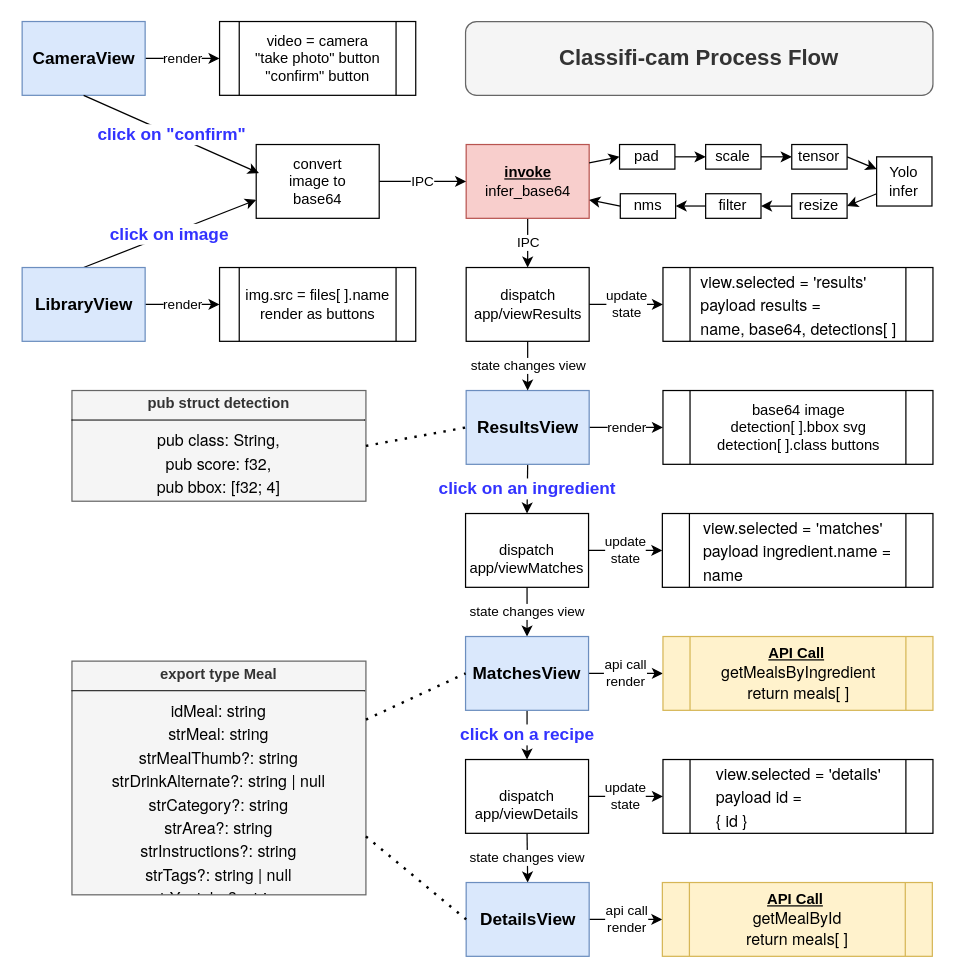
Earlier version of the draw.io diagram docs/images/infer-flow.drawio (glwagnerii/sweng-894-capstone). Source tidied: cells renumbered, new cells numbered last; positions are measured from the earlier drawing's top-left corner, leaving out a move shared by most shapes. Both pictures are drawn from the tidied source at 123%, with x=0, y=0 at pixel (22, 21).
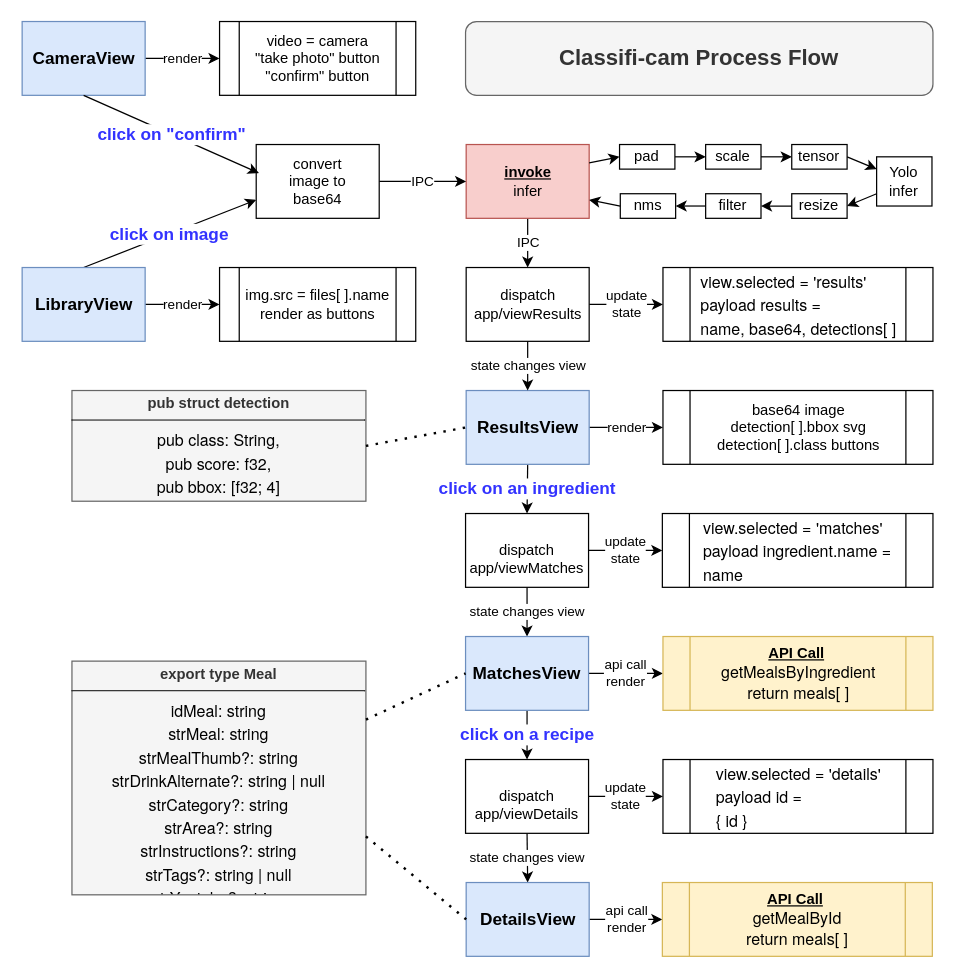
After the change.

Diff of the diagram source:
```diff
@@
-    <mxCell id="3" value="&lt;b&gt;&lt;u&gt;invoke&lt;/u&gt;&lt;/b&gt;&lt;div&gt;infer_base64&lt;/div&gt;" style="rounded=0;whiteSpace=wrap;html=1;fillColor=#f8cecc;strokeColor=#b85450;verticalAlign=middle;" parent="1" vertex="1">
+    <mxCell id="3" value="&lt;b&gt;&lt;u&gt;invoke&lt;/u&gt;&lt;/b&gt;&lt;div&gt;infer&lt;/div&gt;" style="rounded=0;whiteSpace=wrap;html=1;fillColor=#f8cecc;strokeColor=#b85450;verticalAlign=middle;" parent="1" vertex="1">
       <mxGeometry x="360.5" y="100" width="100" height="60" as="geometry" />
     </mxCell>
```
